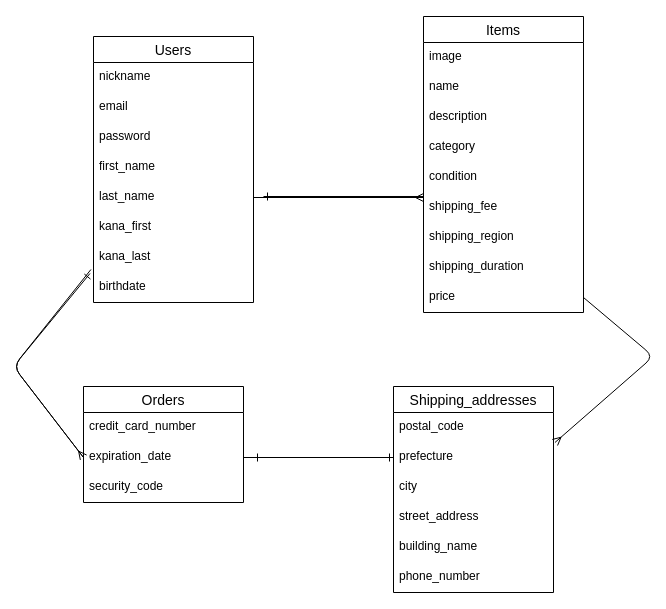
This is er_diagram.dio from zundokon/furima-39618, a draw.io file, before an edit. Source tidied: cells renumbered, new cells numbered last; positions are measured from the earlier drawing's top-left corner, leaving out a move shared by most shapes. Both pictures are drawn from the tidied source at 100%, with x=0, y=0 at pixel (13, 16).
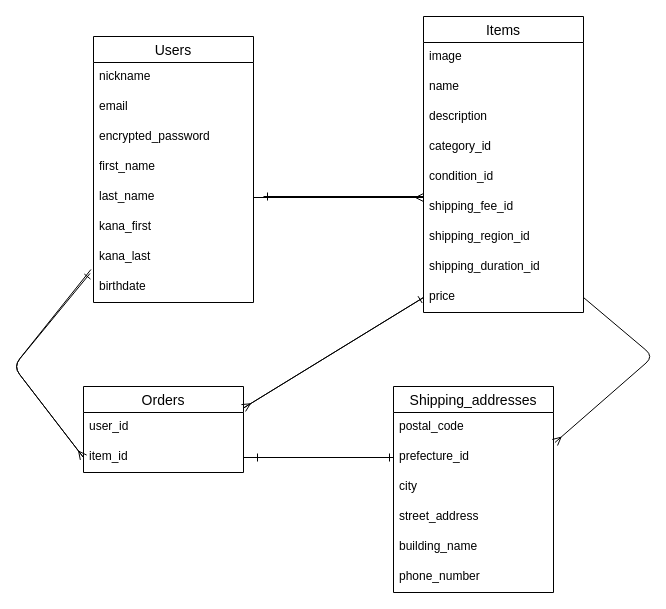
After the change.

Commit message (it also covers changes not shown here):
データベース設計修正

Unchanged cells that the change refers to:
```xml
<mxCell id="2" value="Users" style="swimlane;fontStyle=0;horizontal=1;startSize=26;align=center;fontSize=14;" parent="1" vertex="1">
  <mxGeometry x="80" y="20" width="160" height="266" as="geometry" />
</mxCell>
<mxCell id="11" value="Items" style="swimlane;fontStyle=0;horizontal=1;startSize=26;align=center;fontSize=14;" parent="1" vertex="1">
  <mxGeometry x="410" width="160" height="296" as="geometry" />
</mxCell>
<mxCell id="20" value="price" style="text;strokeColor=none;fillColor=none;spacingLeft=4;spacingRight=4;overflow=hidden;points=[[0,0.5],[1,0.5]];portConstraint=eastwest;fontSize=12;" parent="11" vertex="1">
  <mxGeometry y="266" width="160" height="30" as="geometry" />
</mxCell>
<mxCell id="25" value="Shipping_addresses" style="swimlane;fontStyle=0;horizontal=1;startSize=26;align=center;fontSize=14;" parent="1" vertex="1">
  <mxGeometry x="380" y="370" width="160" height="206" as="geometry" />
</mxCell>
```

Change to the diagram source:
```diff
@@
-    <mxCell id="5" value="password" style="text;strokeColor=none;fillColor=none;spacingLeft=4;spacingRight=4;overflow=hidden;fontSize=12;" parent="2" vertex="1">
+    <mxCell id="5" value="encrypted_password" style="text;strokeColor=none;fillColor=none;spacingLeft=4;spacingRight=4;overflow=hidden;fontSize=12;" parent="2" vertex="1">
       <mxGeometry y="86" width="160" height="30" as="geometry" />
     </mxCell>
@@
-    <mxCell id="15" value="category" style="text;strokeColor=none;fillColor=none;spacingLeft=4;spacingRight=4;overflow=hidden;fontSize=12;" parent="11" vertex="1">
+    <mxCell id="15" value="category_id" style="text;strokeColor=none;fillColor=none;spacingLeft=4;spacingRight=4;overflow=hidden;fontSize=12;" parent="11" vertex="1">
       <mxGeometry y="116" width="160" height="30" as="geometry" />
     </mxCell>
-    <mxCell id="16" value="condition" style="text;strokeColor=none;fillColor=none;spacingLeft=4;spacingRight=4;overflow=hidden;fontSize=12;" parent="11" vertex="1">
+    <mxCell id="16" value="condition_id" style="text;strokeColor=none;fillColor=none;spacingLeft=4;spacingRight=4;overflow=hidden;fontSize=12;" parent="11" vertex="1">
       <mxGeometry y="146" width="160" height="30" as="geometry" />
     </mxCell>
-    <mxCell id="17" value="shipping_fee" style="text;strokeColor=none;fillColor=none;spacingLeft=4;spacingRight=4;overflow=hidden;points=[[0,0.5],[1,0.5]];portConstraint=eastwest;fontSize=12;" parent="11" vertex="1">
+    <mxCell id="17" value="shipping_fee_id" style="text;strokeColor=none;fillColor=none;spacingLeft=4;spacingRight=4;overflow=hidden;points=[[0,0.5],[1,0.5]];portConstraint=eastwest;fontSize=12;" parent="11" vertex="1">
       <mxGeometry y="176" width="160" height="30" as="geometry" />
     </mxCell>
-    <mxCell id="18" value="shipping_region" style="text;strokeColor=none;fillColor=none;spacingLeft=4;spacingRight=4;overflow=hidden;fontSize=12;" parent="11" vertex="1">
+    <mxCell id="18" value="shipping_region_id" style="text;strokeColor=none;fillColor=none;spacingLeft=4;spacingRight=4;overflow=hidden;fontSize=12;" parent="11" vertex="1">
       <mxGeometry y="206" width="160" height="30" as="geometry" />
     </mxCell>
-    <mxCell id="19" value="shipping_duration" style="text;strokeColor=none;fillColor=none;spacingLeft=4;spacingRight=4;overflow=hidden;fontSize=12;" parent="11" vertex="1">
+    <mxCell id="19" value="shipping_duration_id" style="text;strokeColor=none;fillColor=none;spacingLeft=4;spacingRight=4;overflow=hidden;fontSize=12;" parent="11" vertex="1">
       <mxGeometry y="236" width="160" height="30" as="geometry" />
     </mxCell>
@@
+    <mxCell id="39" style="edgeStyle=none;html=1;exitX=1;exitY=0.25;exitDx=0;exitDy=0;entryX=0;entryY=0.5;entryDx=0;entryDy=0;endArrow=ERone;endFill=0;" parent="1" edge="1" source="21" target="20">
+      <mxGeometry relative="1" as="geometry" />
+    </mxCell>
     <mxCell id="21" value="Orders" style="swimlane;fontStyle=0;horizontal=1;startSize=26;align=center;fontSize=14;" parent="1" vertex="1">
-      <mxGeometry x="70" y="370" width="160" height="116" as="geometry" />
+      <mxGeometry x="70" y="370" width="160" height="86" as="geometry" />
     </mxCell>
-    <mxCell id="22" value="credit_card_number" style="text;strokeColor=none;fillColor=none;spacingLeft=4;spacingRight=4;overflow=hidden;fontSize=12;" parent="21" vertex="1">
+    <mxCell id="22" value="user_id" style="text;strokeColor=none;fillColor=none;spacingLeft=4;spacingRight=4;overflow=hidden;fontSize=12;" parent="21" vertex="1">
       <mxGeometry y="26" width="160" height="30" as="geometry" />
     </mxCell>
-    <mxCell id="23" value="expiration_date" style="text;strokeColor=none;fillColor=none;spacingLeft=4;spacingRight=4;overflow=hidden;points=[[0,0.5],[1,0.5]];portConstraint=eastwest;fontSize=12;" parent="21" vertex="1">
+    <mxCell id="23" value="item_id" style="text;strokeColor=none;fillColor=none;spacingLeft=4;spacingRight=4;overflow=hidden;points=[[0,0.5],[1,0.5]];portConstraint=eastwest;fontSize=12;" parent="21" vertex="1">
       <mxGeometry y="56" width="160" height="30" as="geometry" />
     </mxCell>
-    <mxCell id="24" value="security_code" style="text;strokeColor=none;fillColor=none;spacingLeft=4;spacingRight=4;overflow=hidden;fontSize=12;" parent="21" vertex="1">
-      <mxGeometry y="86" width="160" height="30" as="geometry" />
-    </mxCell>
@@
-    <mxCell id="27" value="prefecture" style="text;strokeColor=none;fillColor=none;spacingLeft=4;spacingRight=4;overflow=hidden;points=[[0,0.5],[1,0.5]];portConstraint=eastwest;fontSize=12;" parent="25" vertex="1">
+    <mxCell id="27" value="prefecture_id" style="text;strokeColor=none;fillColor=none;spacingLeft=4;spacingRight=4;overflow=hidden;points=[[0,0.5],[1,0.5]];portConstraint=eastwest;fontSize=12;" parent="25" vertex="1">
       <mxGeometry y="56" width="160" height="30" as="geometry" />
     </mxCell>
@@
-    <mxCell id="35" style="edgeStyle=none;html=1;exitX=0;exitY=0.133;exitDx=0;exitDy=0;endArrow=ERone;endFill=0;exitPerimeter=0;" parent="1" edge="1" source="17">
+    <mxCell id="35" style="edgeStyle=none;html=1;endArrow=ERone;endFill=0;" parent="1" edge="1">
       <mxGeometry relative="1" as="geometry">
+        <mxPoint x="410" y="180" as="sourcePoint" />
         <mxPoint x="250" y="180" as="targetPoint" />
       </mxGeometry>
     </mxCell>
@@
+    <mxCell id="40" style="edgeStyle=none;html=1;exitX=0;exitY=0.5;exitDx=0;exitDy=0;entryX=1;entryY=0.25;entryDx=0;entryDy=0;endArrow=ERmany;endFill=0;" parent="1" edge="1" source="20" target="21">
+      <mxGeometry relative="1" as="geometry" />
+    </mxCell>
```
